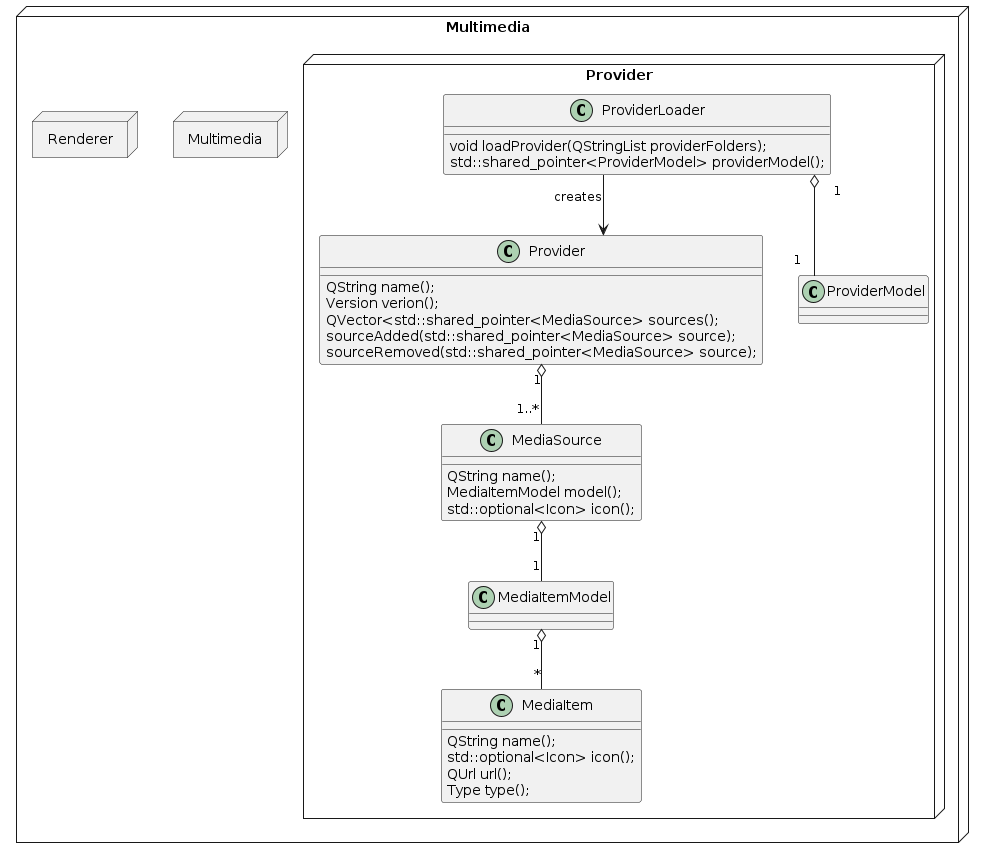
The PlantUML diagram inline_umlgraph_2.png in mFlorianW/blabby, before a commit.
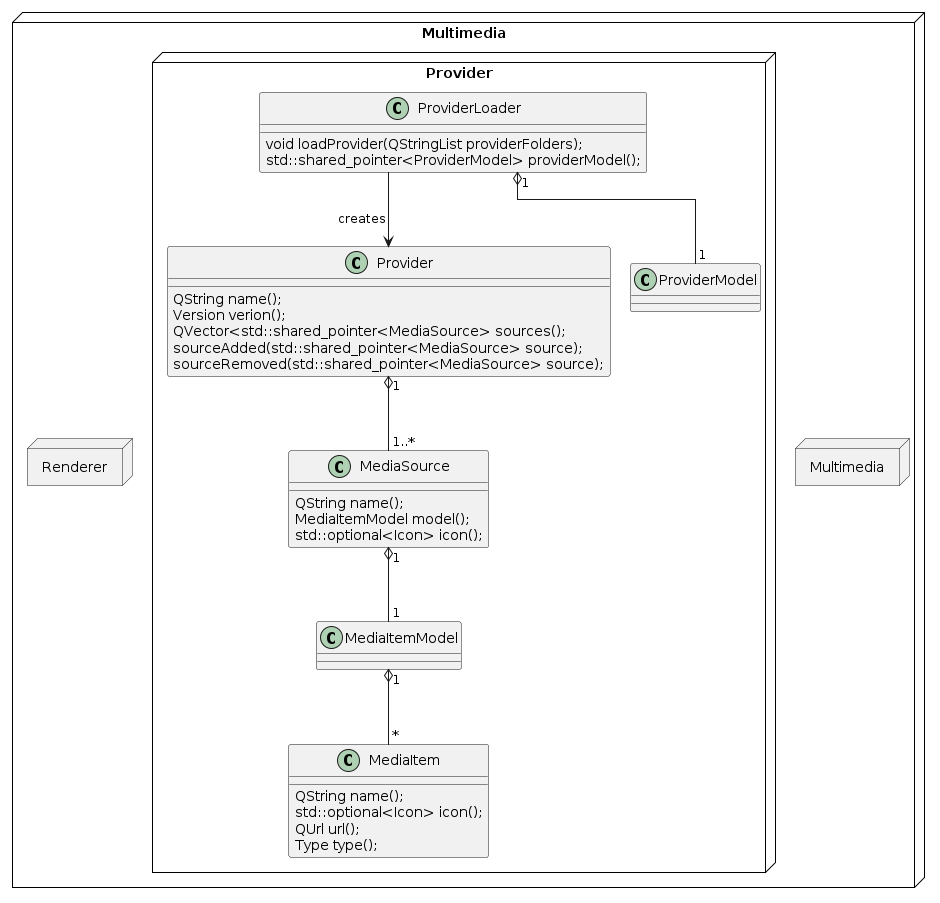
Later version of the same file.

Change to the diagram source:
```diff
@@ -1,5 +1,5 @@
 @startuml inline_umlgraph_2.png
-skinparam linetype ortho
+!pragma layout elk
 node "Multimedia"{
     node "Provider"{
         interface Provider
```
